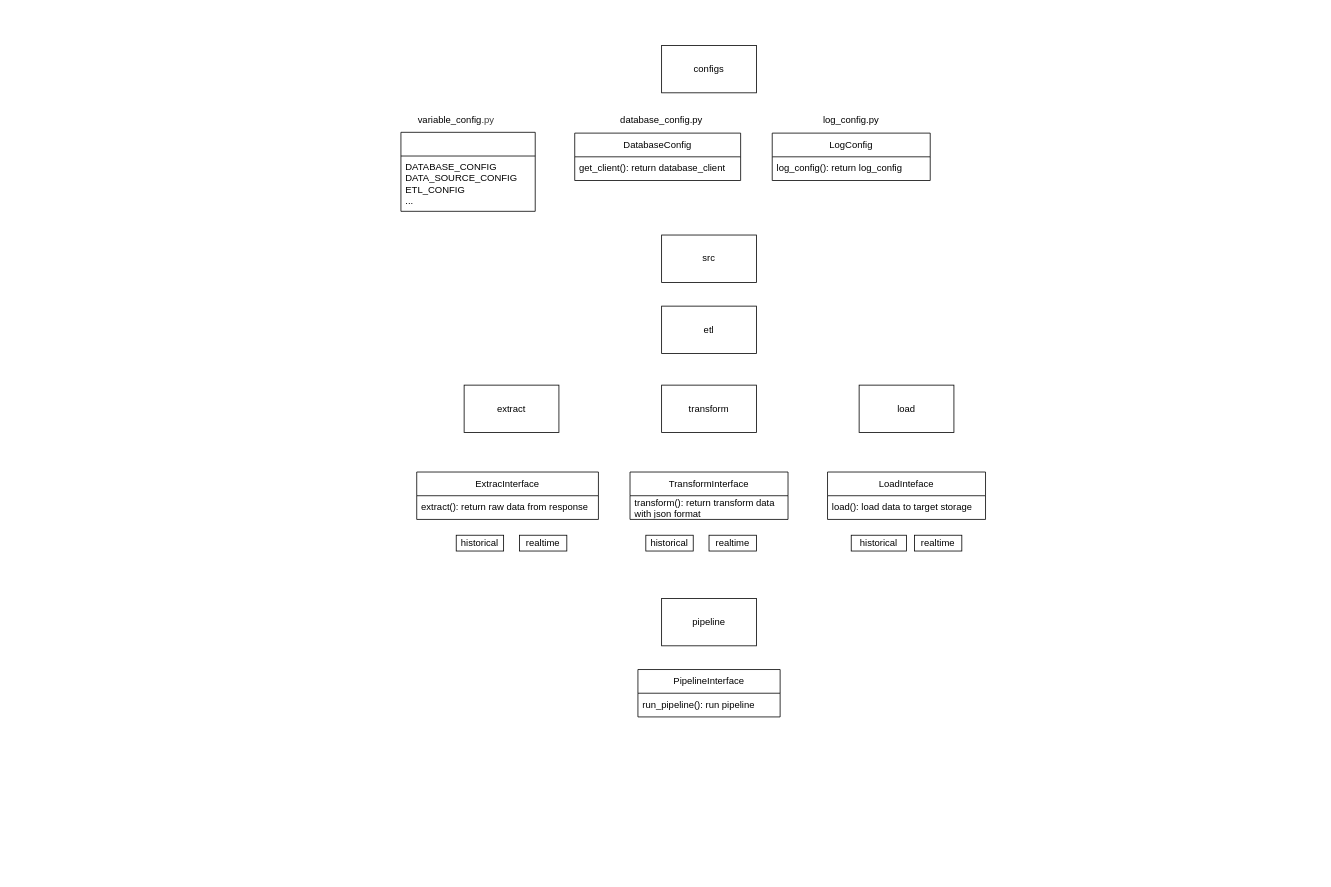
adee0210/symbol-bigdata-project keeps this draw.io diagram as docs/oop_design.drawio. Above is the earlier version. Source tidied: cells renumbered, new cells numbered last; positions are measured from the earlier drawing's top-left corner, leaving out a move shared by most shapes. Both pictures are drawn from the tidied source at 79%, with x=0, y=0 at pixel (401, 45).
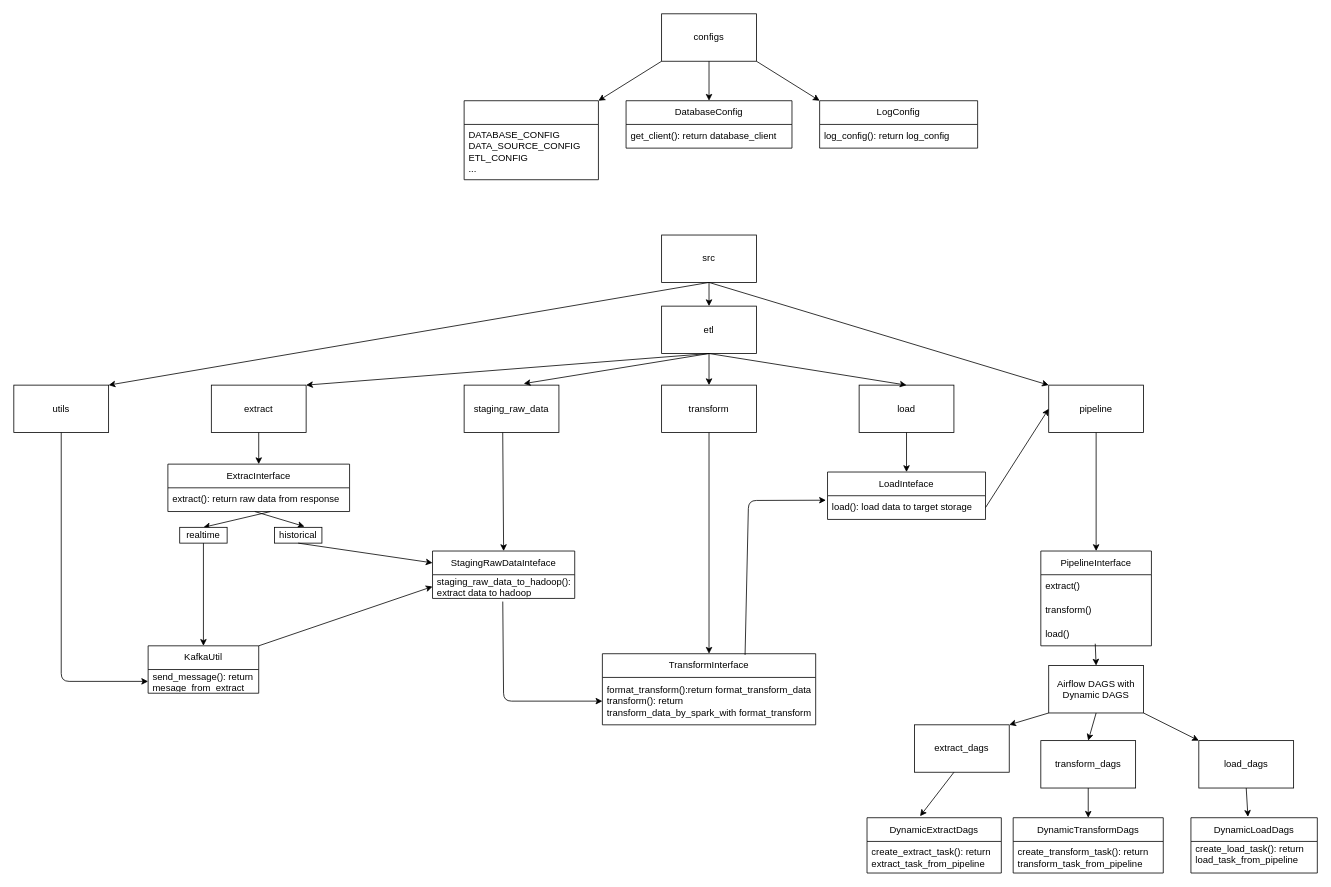
The same diagram, later.

The change refers to these unchanged cells:
```xml
<mxCell id="12" value="src" style="rounded=0;whiteSpace=wrap;html=1;" parent="1" vertex="1">
  <mxGeometry x="330" y="240" width="120" height="60" as="geometry" />
</mxCell>
<mxCell id="13" value="etl" style="rounded=0;whiteSpace=wrap;html=1;" parent="1" vertex="1">
  <mxGeometry x="330" y="330" width="120" height="60" as="geometry" />
</mxCell>
<mxCell id="15" value="load" style="rounded=0;whiteSpace=wrap;html=1;" parent="1" vertex="1">
  <mxGeometry x="580" y="430" width="120" height="60" as="geometry" />
</mxCell>
<mxCell id="16" value="transform" style="rounded=0;whiteSpace=wrap;html=1;" parent="1" vertex="1">
  <mxGeometry x="330" y="430" width="120" height="60" as="geometry" />
</mxCell>
<mxCell id="21" value="LoadInteface" style="swimlane;fontStyle=0;horizontal=1;startSize=30;whiteSpace=wrap;html=1;" parent="1" vertex="1">
  <mxGeometry x="540" y="540" width="200" height="60" as="geometry" />
</mxCell>
<mxCell id="22" value="load(): load data to target storage" style="text;strokeColor=none;fillColor=none;align=left;verticalAlign=middle;spacingLeft=4;spacingRight=4;overflow=hidden;points=[[0,0.5],[1,0.5]];portConstraint=eastwest;whiteSpace=wrap;html=1;" parent="21" vertex="1">
  <mxGeometry y="30" width="200" height="30" as="geometry" />
</mxCell>
```

What changed in the source:
```diff
@@
     <mxCell id="2" value="DatabaseConfig" style="swimlane;fontStyle=0;horizontal=1;startSize=30;whiteSpace=wrap;html=1;" parent="1" vertex="1">
-      <mxGeometry x="220" y="111" width="210" height="60" as="geometry" />
+      <mxGeometry x="285" y="70" width="210" height="60" as="geometry" />
     </mxCell>
@@
     <mxCell id="4" style="swimlane;fontStyle=0;horizontal=1;startSize=30;whiteSpace=wrap;html=1;" parent="1" vertex="1">
-      <mxGeometry y="110" width="170" height="100" as="geometry" />
+      <mxGeometry x="80" y="70" width="170" height="100" as="geometry" />
     </mxCell>
@@
-    <mxCell id="6" value="variable_config&lt;span style=&quot;color: rgb(63, 63, 63); background-color: transparent;&quot;&gt;.py&lt;/span&gt;" style="text;html=1;align=center;verticalAlign=middle;whiteSpace=wrap;rounded=0;" parent="1" vertex="1">
-      <mxGeometry x="40" y="80" width="60" height="30" as="geometry" />
-    </mxCell>
-    <mxCell id="7" value="database_config.py" style="text;html=1;align=center;verticalAlign=middle;whiteSpace=wrap;rounded=0;" parent="1" vertex="1">
-      <mxGeometry x="300" y="80" width="60" height="30" as="geometry" />
-    </mxCell>
     <mxCell id="8" value="LogConfig" style="swimlane;fontStyle=0;horizontal=1;startSize=30;whiteSpace=wrap;html=1;" parent="1" vertex="1">
-      <mxGeometry x="470" y="111" width="200" height="60" as="geometry" />
+      <mxGeometry x="530" y="70" width="200" height="60" as="geometry" />
     </mxCell>
@@
-    <mxCell id="10" value="log_config.py" style="text;html=1;align=center;verticalAlign=middle;whiteSpace=wrap;rounded=0;" parent="1" vertex="1">
-      <mxGeometry x="540" y="80" width="60" height="30" as="geometry" />
-    </mxCell>
     <mxCell id="11" value="configs" style="rounded=0;whiteSpace=wrap;html=1;" parent="1" vertex="1">
-      <mxGeometry x="330" width="120" height="60" as="geometry" />
+      <mxGeometry x="330" y="-40" width="120" height="60" as="geometry" />
     </mxCell>
@@
     <mxCell id="14" value="extract" style="rounded=0;whiteSpace=wrap;html=1;" parent="1" vertex="1">
-      <mxGeometry x="80" y="430" width="120" height="60" as="geometry" />
+      <mxGeometry x="-240" y="430" width="120" height="60" as="geometry" />
     </mxCell>
@@
     <mxCell id="17" value="ExtracInterface" style="swimlane;fontStyle=0;horizontal=1;startSize=30;whiteSpace=wrap;html=1;" parent="1" vertex="1">
-      <mxGeometry x="20" y="540" width="230" height="60" as="geometry" />
+      <mxGeometry x="-295" y="530" width="230" height="60" as="geometry" />
     </mxCell>
+    <mxCell id="32" style="endArrow=classic;html=1;entryX=0.5;entryY=0;entryDx=0;entryDy=0;" parent="17" edge="1" target="24">
+      <mxGeometry relative="1" as="geometry">
+        <mxPoint x="130" y="60" as="sourcePoint" />
+      </mxGeometry>
+    </mxCell>
+    <mxCell id="33" style="endArrow=classic;html=1;entryX=0.633;entryY=-0.05;entryDx=0;entryDy=0;entryPerimeter=0;" parent="17" edge="1" target="25">
+      <mxGeometry relative="1" as="geometry">
+        <mxPoint x="110" y="60" as="sourcePoint" />
+      </mxGeometry>
+    </mxCell>
@@
     <mxCell id="19" value="TransformInterface" style="swimlane;fontStyle=0;horizontal=1;startSize=30;whiteSpace=wrap;html=1;" parent="1" vertex="1">
-      <mxGeometry x="290" y="540" width="200" height="60" as="geometry" />
+      <mxGeometry x="255" y="770" width="270" height="90" as="geometry" />
     </mxCell>
-    <mxCell id="20" value="transform(): return transform data with json format" style="text;strokeColor=none;fillColor=none;align=left;verticalAlign=middle;spacingLeft=4;spacingRight=4;overflow=hidden;points=[[0,0.5],[1,0.5]];portConstraint=eastwest;whiteSpace=wrap;html=1;" parent="19" vertex="1">
-      <mxGeometry y="30" width="200" height="30" as="geometry" />
+    <mxCell id="20" value="&lt;div&gt;format_transform():return format_transform_data&lt;/div&gt;transform(): return transform_data_by_spark_with format_transform" style="text;strokeColor=none;fillColor=none;align=left;verticalAlign=middle;spacingLeft=4;spacingRight=4;overflow=hidden;points=[[0,0.5],[1,0.5]];portConstraint=eastwest;whiteSpace=wrap;html=1;" parent="19" vertex="1">
+      <mxGeometry y="30" width="270" height="60" as="geometry" />
     </mxCell>
@@
     <mxCell id="23" value="pipeline" style="rounded=0;whiteSpace=wrap;html=1;" parent="1" vertex="1">
-      <mxGeometry x="330" y="700" width="120" height="60" as="geometry" />
+      <mxGeometry x="820" y="430" width="120" height="60" as="geometry" />
     </mxCell>
     <mxCell id="24" value="realtime" style="rounded=0;whiteSpace=wrap;html=1;" parent="1" vertex="1">
-      <mxGeometry x="150" y="620" width="60" height="20" as="geometry" />
+      <mxGeometry x="-280" y="610" width="60" height="20" as="geometry" />
     </mxCell>
     <mxCell id="25" value="historical" style="rounded=0;whiteSpace=wrap;html=1;" parent="1" vertex="1">
-      <mxGeometry x="70" y="620" width="60" height="20" as="geometry" />
+      <mxGeometry x="-160" y="610" width="60" height="20" as="geometry" />
     </mxCell>
-    <mxCell id="26" value="realtime" style="rounded=0;whiteSpace=wrap;html=1;" parent="1" vertex="1">
-      <mxGeometry x="390" y="620" width="60" height="20" as="geometry" />
-    </mxCell>
-    <mxCell id="27" value="historical" style="rounded=0;whiteSpace=wrap;html=1;" parent="1" vertex="1">
-      <mxGeometry x="310" y="620" width="60" height="20" as="geometry" />
-    </mxCell>
-    <mxCell id="28" value="realtime" style="rounded=0;whiteSpace=wrap;html=1;" parent="1" vertex="1">
-      <mxGeometry x="650" y="620" width="60" height="20" as="geometry" />
-    </mxCell>
-    <mxCell id="29" value="historical" style="rounded=0;whiteSpace=wrap;html=1;" parent="1" vertex="1">
-      <mxGeometry x="570" y="620" width="70" height="20" as="geometry" />
-    </mxCell>
+    <mxCell id="34" style="endArrow=classic;html=1;" parent="1" edge="1" target="13">
+      <mxGeometry relative="1" as="geometry">
+        <mxPoint x="390" y="300" as="sourcePoint" />
+      </mxGeometry>
+    </mxCell>
+    <mxCell id="35" style="endArrow=classic;html=1;entryX=0.5;entryY=0;entryDx=0;entryDy=0;" parent="1" edge="1" target="16">
+      <mxGeometry relative="1" as="geometry">
+        <mxPoint x="390" y="390" as="sourcePoint" />
+      </mxGeometry>
+    </mxCell>
+    <mxCell id="36" style="endArrow=classic;html=1;entryX=1;entryY=0;entryDx=0;entryDy=0;" parent="1" edge="1" target="14">
+      <mxGeometry relative="1" as="geometry">
+        <mxPoint x="390" y="390" as="sourcePoint" />
+      </mxGeometry>
+    </mxCell>
+    <mxCell id="37" style="endArrow=classic;html=1;entryX=0.5;entryY=0;entryDx=0;entryDy=0;" parent="1" edge="1" target="15">
+      <mxGeometry relative="1" as="geometry">
+        <mxPoint x="390" y="390" as="sourcePoint" />
+      </mxGeometry>
+    </mxCell>
+    <mxCell id="38" style="endArrow=classic;html=1;entryX=0.5;entryY=0;entryDx=0;entryDy=0;" parent="1" edge="1" target="19">
+      <mxGeometry relative="1" as="geometry">
+        <mxPoint x="390" y="490" as="sourcePoint" />
+      </mxGeometry>
+    </mxCell>
+    <mxCell id="39" style="endArrow=classic;html=1;exitX=0.5;exitY=1;exitDx=0;exitDy=0;entryX=0.5;entryY=0;entryDx=0;entryDy=0;" parent="1" edge="1" source="14" target="17">
+      <mxGeometry relative="1" as="geometry" />
+    </mxCell>
+    <mxCell id="40" style="endArrow=classic;html=1;entryX=0.5;entryY=0;entryDx=0;entryDy=0;" parent="1" edge="1" target="21">
+      <mxGeometry relative="1" as="geometry">
+        <mxPoint x="640" y="490" as="sourcePoint" />
+      </mxGeometry>
+    </mxCell>
+    <mxCell id="41" value="Airflow DAGS with Dynamic DAGS" style="rounded=0;whiteSpace=wrap;html=1;" parent="1" vertex="1">
+      <mxGeometry x="820" y="785" width="120" height="60" as="geometry" />
+    </mxCell>
+    <mxCell id="42" style="endArrow=classic;html=1;exitX=0.5;exitY=1;exitDx=0;exitDy=0;entryX=0.5;entryY=0;entryDx=0;entryDy=0;" parent="1" edge="1" source="41" target="43">
+      <mxGeometry relative="1" as="geometry" />
+    </mxCell>
+    <mxCell id="43" value="transform_dags" style="rounded=0;whiteSpace=wrap;html=1;" parent="1" vertex="1">
+      <mxGeometry x="810" y="880" width="120" height="60" as="geometry" />
+    </mxCell>
+    <mxCell id="44" value="extract_dags" style="rounded=0;whiteSpace=wrap;html=1;" parent="1" vertex="1">
+      <mxGeometry x="650" y="860" width="120" height="60" as="geometry" />
+    </mxCell>
+    <mxCell id="45" value="load_dags" style="rounded=0;whiteSpace=wrap;html=1;" parent="1" vertex="1">
+      <mxGeometry x="1010" y="880" width="120" height="60" as="geometry" />
+    </mxCell>
+    <mxCell id="46" style="endArrow=classic;html=1;entryX=1;entryY=0;entryDx=0;entryDy=0;exitX=0;exitY=1;exitDx=0;exitDy=0;" parent="1" edge="1" source="41" target="44">
+      <mxGeometry relative="1" as="geometry" />
+    </mxCell>
+    <mxCell id="47" style="endArrow=classic;html=1;entryX=0;entryY=0;entryDx=0;entryDy=0;exitX=1;exitY=1;exitDx=0;exitDy=0;" parent="1" edge="1" source="41" target="45">
+      <mxGeometry relative="1" as="geometry" />
+    </mxCell>
+    <mxCell id="48" value="DynamicExtractDags" style="swimlane;fontStyle=0;horizontal=1;startSize=30;whiteSpace=wrap;html=1;" parent="1" vertex="1">
+      <mxGeometry x="590" y="977.6" width="170" height="70" as="geometry" />
+    </mxCell>
+    <mxCell id="49" value="create_extract_task(): return extract_task_from_pipeline" style="text;strokeColor=none;fillColor=none;align=left;verticalAlign=middle;spacingLeft=4;spacingRight=4;overflow=hidden;whiteSpace=wrap;html=1;" parent="48" vertex="1">
+      <mxGeometry y="30" width="170" height="40" as="geometry" />
+    </mxCell>
+    <mxCell id="50" value="DynamicTransformDags" style="swimlane;fontStyle=0;horizontal=1;startSize=30;whiteSpace=wrap;html=1;" parent="1" vertex="1">
+      <mxGeometry x="775" y="977.6" width="190" height="70" as="geometry" />
+    </mxCell>
+    <mxCell id="51" value="create_transform_task(): return transform_task_from_pipeline" style="text;strokeColor=none;fillColor=none;align=left;verticalAlign=middle;spacingLeft=4;spacingRight=4;overflow=hidden;whiteSpace=wrap;html=1;" parent="50" vertex="1">
+      <mxGeometry y="30" width="190" height="40" as="geometry" />
+    </mxCell>
+    <mxCell id="52" value="DynamicLoadDags" style="swimlane;fontStyle=0;horizontal=1;startSize=30;whiteSpace=wrap;html=1;" parent="1" vertex="1">
+      <mxGeometry x="1000" y="977.6" width="160" height="70" as="geometry" />
+    </mxCell>
+    <mxCell id="53" value="&lt;span style=&quot;color: rgb(0, 0, 0);&quot;&gt;create_load_task(): return load_task_from_pipeline&lt;/span&gt;&lt;div&gt;&lt;span style=&quot;color: rgb(0, 0, 0);&quot;&gt;&lt;br&gt;&lt;/span&gt;&lt;/div&gt;" style="text;strokeColor=none;fillColor=none;align=left;verticalAlign=middle;spacingLeft=4;spacingRight=4;overflow=hidden;whiteSpace=wrap;html=1;" parent="52" vertex="1">
+      <mxGeometry y="30" width="160" height="40" as="geometry" />
+    </mxCell>
+    <mxCell id="54" style="endArrow=classic;html=1;entryX=0.395;entryY=-0.028;entryDx=0;entryDy=0;exitX=0.417;exitY=1;exitDx=0;exitDy=0;exitPerimeter=0;entryPerimeter=0;" parent="1" edge="1" source="44" target="48">
+      <mxGeometry relative="1" as="geometry" />
+    </mxCell>
+    <mxCell id="55" style="endArrow=classic;html=1;entryX=0.5;entryY=0;entryDx=0;entryDy=0;exitX=0.5;exitY=1;exitDx=0;exitDy=0;" parent="1" edge="1" source="43" target="50">
+      <mxGeometry relative="1" as="geometry" />
+    </mxCell>
+    <mxCell id="56" style="endArrow=classic;html=1;entryX=0.451;entryY=-0.016;entryDx=0;entryDy=0;exitX=0.5;exitY=1;exitDx=0;exitDy=0;entryPerimeter=0;" parent="1" edge="1" source="45" target="52">
+      <mxGeometry relative="1" as="geometry" />
+    </mxCell>
     <mxCell id="30" value="PipelineInterface" style="swimlane;fontStyle=0;horizontal=1;startSize=30;whiteSpace=wrap;html=1;" parent="1" vertex="1">
-      <mxGeometry x="300" y="790" width="180" height="60" as="geometry" />
+      <mxGeometry x="810" y="640" width="140" height="120" as="geometry" />
     </mxCell>
-    <mxCell id="31" value="run_pipeline(): run pipeline" style="text;strokeColor=none;fillColor=none;align=left;verticalAlign=middle;spacingLeft=4;spacingRight=4;overflow=hidden;whiteSpace=wrap;html=1;" parent="30" vertex="1">
-      <mxGeometry y="30" width="180" height="30" as="geometry" />
-    </mxCell>
+    <mxCell id="57" value="extract()" style="text;strokeColor=none;fillColor=none;align=left;verticalAlign=middle;spacingLeft=4;spacingRight=4;overflow=hidden;whiteSpace=wrap;html=1;" parent="30" vertex="1">
+      <mxGeometry y="30" width="140" height="30" as="geometry" />
+    </mxCell>
+    <mxCell id="58" value="transform()" style="text;strokeColor=none;fillColor=none;align=left;verticalAlign=middle;spacingLeft=4;spacingRight=4;overflow=hidden;whiteSpace=wrap;html=1;" parent="30" vertex="1">
+      <mxGeometry y="60" width="140" height="30" as="geometry" />
+    </mxCell>
+    <mxCell id="59" value="load()" style="text;strokeColor=none;fillColor=none;align=left;verticalAlign=middle;spacingLeft=4;spacingRight=4;overflow=hidden;points=[[0,0.5],[1,0.5]];portConstraint=eastwest;whiteSpace=wrap;html=1;" parent="30" vertex="1">
+      <mxGeometry y="90" width="140" height="30" as="geometry" />
+    </mxCell>
+    <mxCell id="60" style="endArrow=classic;html=1;entryX=0.5;entryY=0;entryDx=0;entryDy=0;exitX=0.5;exitY=1;exitDx=0;exitDy=0;" parent="1" edge="1" source="23" target="30">
+      <mxGeometry relative="1" as="geometry" />
+    </mxCell>
+    <mxCell id="61" style="endArrow=classic;html=1;entryX=0.5;entryY=0;entryDx=0;entryDy=0;exitX=0.492;exitY=0.911;exitDx=0;exitDy=0;exitPerimeter=0;" parent="1" edge="1" source="59" target="41">
+      <mxGeometry relative="1" as="geometry" />
+    </mxCell>
+    <mxCell id="62" style="endArrow=classic;html=1;entryX=0.5;entryY=0;entryDx=0;entryDy=0;" parent="1" edge="1" target="2">
+      <mxGeometry relative="1" as="geometry">
+        <mxPoint x="390" y="20" as="sourcePoint" />
+      </mxGeometry>
+    </mxCell>
+    <mxCell id="63" style="endArrow=classic;html=1;entryX=1;entryY=0;entryDx=0;entryDy=0;" parent="1" edge="1" target="4">
+      <mxGeometry relative="1" as="geometry">
+        <mxPoint x="330" y="20" as="sourcePoint" />
+      </mxGeometry>
+    </mxCell>
+    <mxCell id="64" style="endArrow=classic;html=1;entryX=0;entryY=0;entryDx=0;entryDy=0;" parent="1" edge="1" target="8">
+      <mxGeometry relative="1" as="geometry">
+        <mxPoint x="450" y="20" as="sourcePoint" />
+      </mxGeometry>
+    </mxCell>
+    <mxCell id="65" style="endArrow=classic;html=1;entryX=0;entryY=0.5;entryDx=0;entryDy=0;exitX=1;exitY=0.5;exitDx=0;exitDy=0;" parent="1" edge="1" source="22" target="23">
+      <mxGeometry relative="1" as="geometry" />
+    </mxCell>
+    <mxCell id="66" value="StagingRawDataInteface" style="swimlane;fontStyle=0;horizontal=1;startSize=30;whiteSpace=wrap;html=1;" parent="1" vertex="1">
+      <mxGeometry x="40" y="640" width="180" height="60" as="geometry" />
+    </mxCell>
+    <mxCell id="67" value="staging_raw_data_to_hadoop(): extract data to hadoop&lt;div&gt;&lt;br&gt;&lt;/div&gt;" style="text;strokeColor=none;fillColor=none;align=left;verticalAlign=middle;spacingLeft=4;spacingRight=4;overflow=hidden;points=[[0,0.5],[1,0.5]];portConstraint=eastwest;whiteSpace=wrap;html=1;" parent="66" vertex="1">
+      <mxGeometry y="30" width="180" height="30" as="geometry" />
+    </mxCell>
+    <mxCell id="68" style="endArrow=classic;html=1;exitX=0.407;exitY=0.956;exitDx=0;exitDy=0;entryX=0.5;entryY=0;entryDx=0;entryDy=0;exitPerimeter=0;" parent="1" edge="1" source="69" target="66">
+      <mxGeometry relative="1" as="geometry" />
+    </mxCell>
+    <mxCell id="69" value="staging_raw_data" style="rounded=0;whiteSpace=wrap;html=1;" parent="1" vertex="1">
+      <mxGeometry x="80" y="430" width="120" height="60" as="geometry" />
+    </mxCell>
+    <mxCell id="70" style="endArrow=classic;html=1;entryX=0.629;entryY=-0.031;entryDx=0;entryDy=0;exitX=0.5;exitY=1;exitDx=0;exitDy=0;entryPerimeter=0;" parent="1" edge="1" source="13" target="69">
+      <mxGeometry relative="1" as="geometry" />
+    </mxCell>
+    <mxCell id="71" value="KafkaUtil" style="swimlane;fontStyle=0;horizontal=1;startSize=30;whiteSpace=wrap;html=1;" parent="1" vertex="1">
+      <mxGeometry x="-320" y="760" width="140" height="60" as="geometry" />
+    </mxCell>
+    <mxCell id="72" value="send_message(): return mesage_from_extract" style="text;strokeColor=none;fillColor=none;align=left;verticalAlign=middle;spacingLeft=4;spacingRight=4;overflow=hidden;points=[[0,0.5],[1,0.5]];portConstraint=eastwest;whiteSpace=wrap;html=1;" parent="71" vertex="1">
+      <mxGeometry y="30" width="140" height="30" as="geometry" />
+    </mxCell>
+    <mxCell id="73" style="endArrow=classic;html=1;entryX=0;entryY=0.5;entryDx=0;entryDy=0;exitX=1;exitY=0;exitDx=0;exitDy=0;" parent="1" edge="1" source="71" target="67">
+      <mxGeometry relative="1" as="geometry" />
+    </mxCell>
+    <mxCell id="74" style="endArrow=classic;html=1;entryX=0;entryY=0.5;entryDx=0;entryDy=0;exitX=0.494;exitY=1.133;exitDx=0;exitDy=0;exitPerimeter=0;" parent="1" edge="1" source="67" target="20">
+      <mxGeometry relative="1" as="geometry">
+        <Array as="points">
+          <mxPoint x="130" y="830" />
+        </Array>
+      </mxGeometry>
+    </mxCell>
+    <mxCell id="75" style="endArrow=classic;html=1;entryX=-0.01;entryY=0.189;entryDx=0;entryDy=0;entryPerimeter=0;exitX=0.669;exitY=0.017;exitDx=0;exitDy=0;exitPerimeter=0;" parent="1" edge="1" source="19" target="22">
+      <mxGeometry relative="1" as="geometry">
+        <Array as="points">
+          <mxPoint x="440" y="576" />
+        </Array>
+      </mxGeometry>
+    </mxCell>
+    <mxCell id="76" style="endArrow=classic;html=1;exitX=0.5;exitY=1;exitDx=0;exitDy=0;entryX=0.5;entryY=0;entryDx=0;entryDy=0;" parent="1" edge="1" source="24" target="71">
+      <mxGeometry relative="1" as="geometry" />
+    </mxCell>
+    <mxCell id="77" style="endArrow=classic;html=1;entryX=0;entryY=0.25;entryDx=0;entryDy=0;exitX=0.5;exitY=1;exitDx=0;exitDy=0;" parent="1" edge="1" source="25" target="66">
+      <mxGeometry relative="1" as="geometry" />
+    </mxCell>
+    <mxCell id="78" value="utils" style="rounded=0;whiteSpace=wrap;html=1;" parent="1" vertex="1">
+      <mxGeometry x="-490" y="430" width="120" height="60" as="geometry" />
+    </mxCell>
+    <mxCell id="79" style="endArrow=classic;html=1;exitX=0.5;exitY=1;exitDx=0;exitDy=0;entryX=1;entryY=0;entryDx=0;entryDy=0;" parent="1" edge="1" source="12" target="78">
+      <mxGeometry relative="1" as="geometry" />
+    </mxCell>
+    <mxCell id="80" style="endArrow=classic;html=1;entryX=0;entryY=0;entryDx=0;entryDy=0;" parent="1" edge="1" target="23">
+      <mxGeometry relative="1" as="geometry">
+        <mxPoint x="390" y="300" as="sourcePoint" />
+      </mxGeometry>
+    </mxCell>
+    <mxCell id="81" style="endArrow=classic;html=1;entryX=0;entryY=0.5;entryDx=0;entryDy=0;exitX=0.5;exitY=1;exitDx=0;exitDy=0;" parent="1" edge="1" source="78" target="72">
+      <mxGeometry relative="1" as="geometry">
+        <Array as="points">
+          <mxPoint x="-430" y="805" />
+        </Array>
+      </mxGeometry>
+    </mxCell>
```
